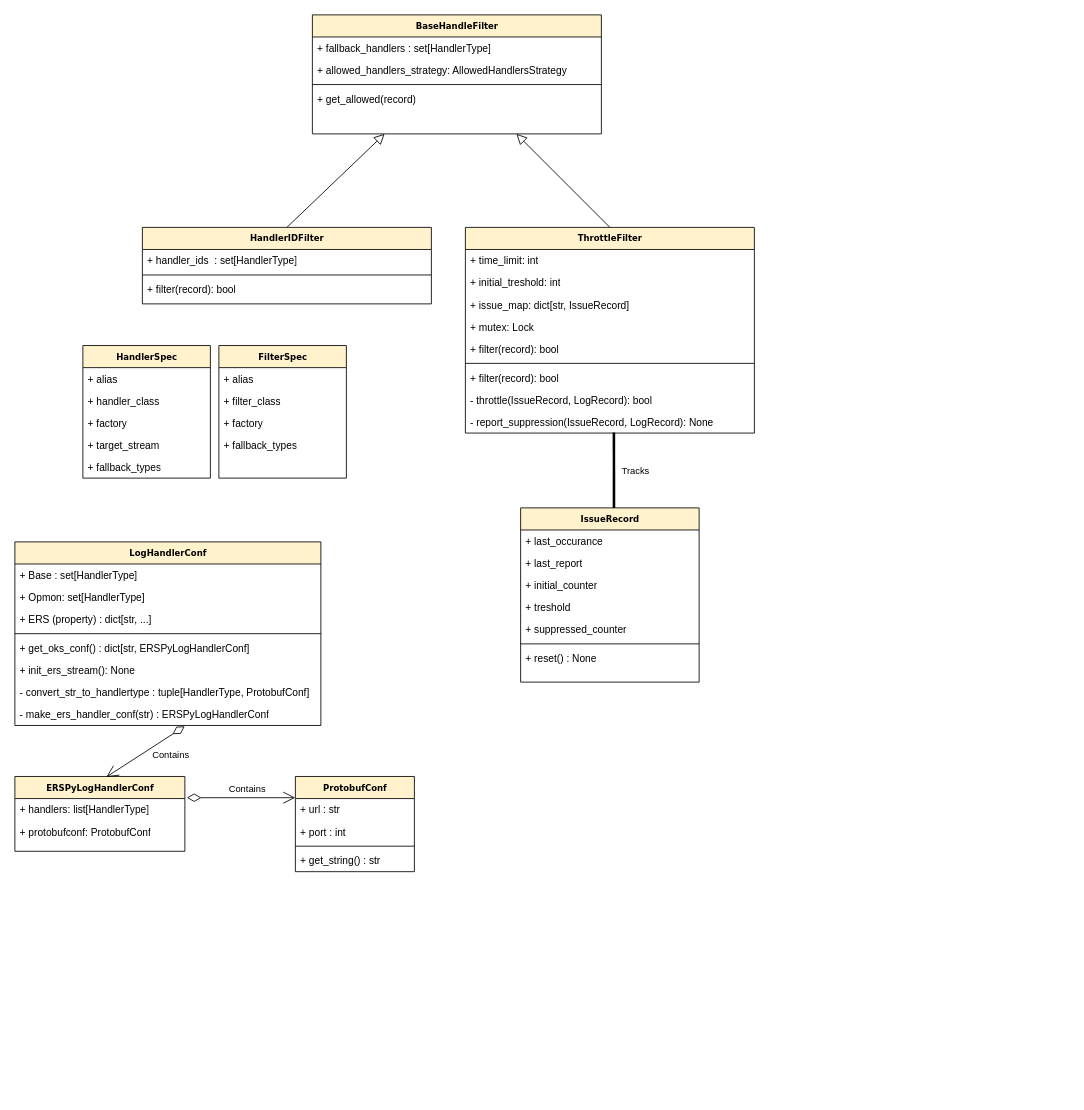
The draw.io diagram docs/diagrams/Logger_class.drawio in DUNE-DAQ/daqpytools, before the edit. Source tidied: cells renumbered, new cells numbered last; positions are measured from the earlier drawing's top-left corner, leaving out a move shared by most shapes. Both pictures are drawn from the tidied source at 85%, with x=0, y=0 at pixel (14, 14).
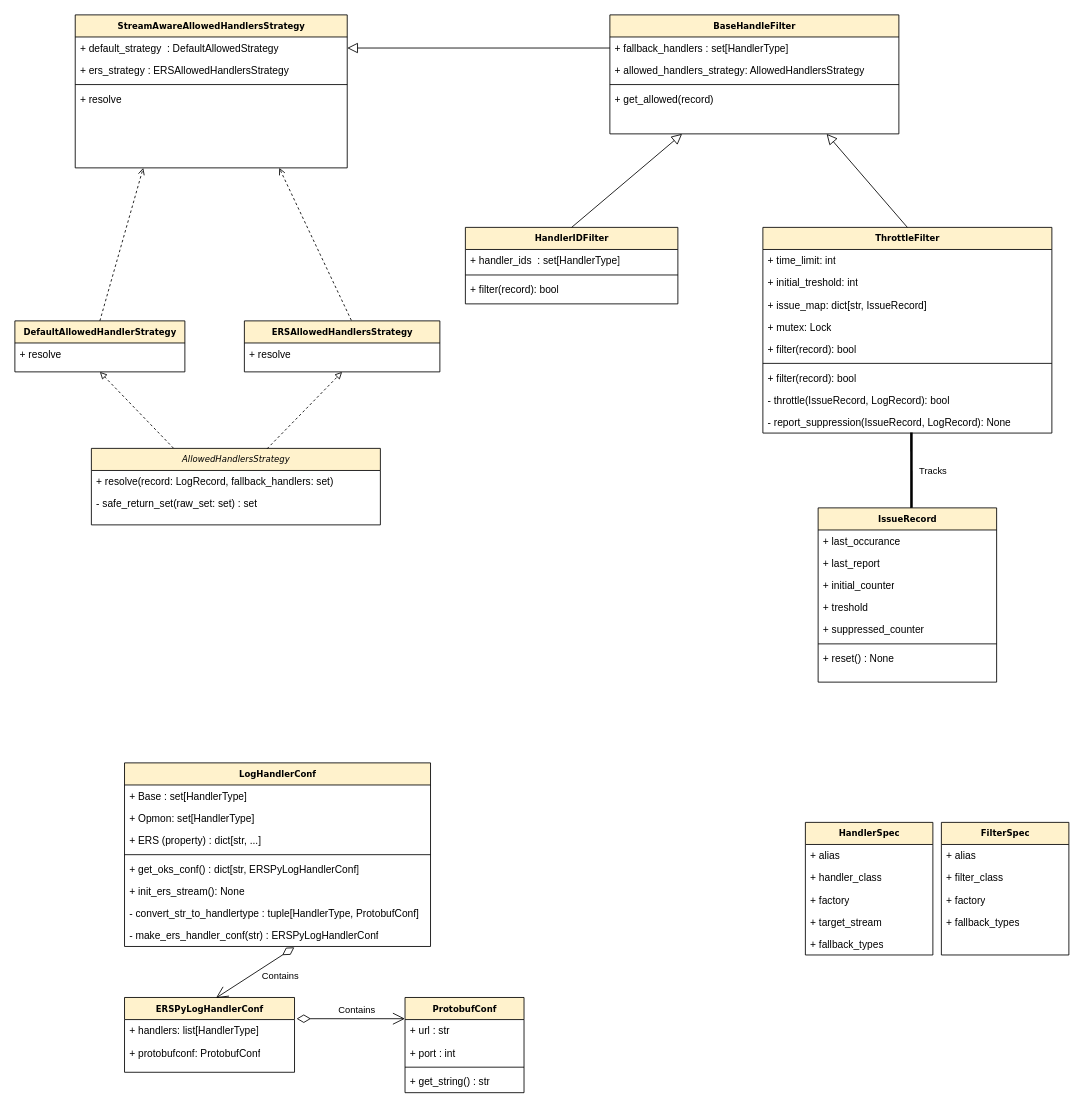
The same page after the edit.

Commit message:
Update class diagram with strategies

Unchanged cells that the change refers to:
```xml
<mxCell id="3" value="+ fallback_handlers : set[HandlerType]" style="text;html=1;strokeColor=none;fillColor=none;align=left;verticalAlign=top;spacingLeft=4;spacingRight=4;whiteSpace=wrap;overflow=hidden;points=[[0,0.5],[1,0.5]];portConstraint=eastwest;" parent="2" vertex="1">
  <mxGeometry y="26" width="340" height="26" as="geometry" />
</mxCell>
```

What changed in the source:
```diff
@@
     <mxCell id="2" value="&lt;b&gt;BaseHandleFilter&lt;/b&gt;" style="swimlane;html=1;fontStyle=0;horizontal=1;startSize=26;fillColor=#FFF2CC;swimlaneFillColor=#ffffff;rounded=0;shadow=0;comic=0;labelBackgroundColor=none;strokeWidth=1;fontFamily=Verdana;fontSize=10;align=center;" parent="1" vertex="1">
-      <mxGeometry x="350" width="340" height="140" as="geometry" />
+      <mxGeometry x="700" width="340" height="140" as="geometry" />
     </mxCell>
@@
     <mxCell id="7" value="&lt;b&gt;HandlerIDFilter&lt;/b&gt;" style="swimlane;html=1;fontStyle=0;horizontal=1;startSize=26;fillColor=#FFF2CC;swimlaneFillColor=#ffffff;rounded=0;shadow=0;comic=0;labelBackgroundColor=none;strokeWidth=1;fontFamily=Verdana;fontSize=10;align=center;" parent="1" vertex="1">
-      <mxGeometry x="150" y="250" width="340" height="90" as="geometry" />
+      <mxGeometry x="530" y="250" width="250" height="90" as="geometry" />
     </mxCell>
     <mxCell id="8" value="+ handler_ids&amp;nbsp; : set[HandlerType]" style="text;html=1;strokeColor=none;fillColor=none;align=left;verticalAlign=top;spacingLeft=4;spacingRight=4;whiteSpace=wrap;overflow=hidden;" parent="7" vertex="1">
-      <mxGeometry y="26" width="340" height="26" as="geometry" />
+      <mxGeometry y="26" width="250" height="26" as="geometry" />
     </mxCell>
     <mxCell id="9" style="line;strokeWidth=1;fillColor=none;align=left;verticalAlign=middle;spacingTop=-1;spacingLeft=3;spacingRight=3;labelPosition=right;strokeColor=inherit;" parent="7" vertex="1">
-      <mxGeometry y="52" width="340" height="8" as="geometry" />
+      <mxGeometry y="52" width="250" height="8" as="geometry" />
     </mxCell>
     <mxCell id="10" value="+ filter(record): bool" style="text;html=1;strokeColor=none;fillColor=none;align=left;verticalAlign=top;spacingLeft=4;spacingRight=4;whiteSpace=wrap;overflow=hidden;" parent="7" vertex="1">
-      <mxGeometry y="60" width="340" height="26" as="geometry" />
+      <mxGeometry y="60" width="250" height="26" as="geometry" />
     </mxCell>
     <mxCell id="11" value="&lt;b&gt;ThrottleFilter&lt;/b&gt;" style="swimlane;html=1;fontStyle=0;horizontal=1;startSize=26;fillColor=#FFF2CC;swimlaneFillColor=#ffffff;rounded=0;shadow=0;comic=0;labelBackgroundColor=none;strokeWidth=1;fontFamily=Verdana;fontSize=10;align=center;" parent="1" vertex="1">
-      <mxGeometry x="530" y="250" width="340" height="242" as="geometry" />
+      <mxGeometry x="880" y="250" width="340" height="242" as="geometry" />
     </mxCell>
@@
     <mxCell id="21" value="&lt;b&gt;IssueRecord&lt;/b&gt;" style="swimlane;html=1;fontStyle=0;horizontal=1;startSize=26;fillColor=#FFF2CC;swimlaneFillColor=#ffffff;rounded=0;shadow=0;comic=0;labelBackgroundColor=none;strokeWidth=1;fontFamily=Verdana;fontSize=10;align=center;" parent="1" vertex="1">
-      <mxGeometry x="595" y="580" width="210" height="205" as="geometry" />
+      <mxGeometry x="945" y="580" width="210" height="205" as="geometry" />
     </mxCell>
@@
-    <mxCell id="30" style="endArrow=block;endSize=10;endFill=0;shadow=0;strokeWidth=1;rounded=0;elbow=vertical;exitX=0.5;exitY=0;exitDx=0;exitDy=0;" parent="1" edge="1" source="11">
-      <mxGeometry relative="1" as="geometry">
-        <mxPoint x="590" y="140" as="targetPoint" />
-      </mxGeometry>
+    <mxCell id="30" style="endArrow=block;endSize=10;endFill=0;shadow=0;strokeWidth=1;rounded=0;elbow=vertical;exitX=0.5;exitY=0;exitDx=0;exitDy=0;entryX=0.75;entryY=1;entryDx=0;entryDy=0;" parent="1" edge="1" source="11" target="2">
+      <mxGeometry relative="1" as="geometry" />
     </mxCell>
@@
     <mxCell id="32" value="&lt;b&gt;HandlerSpec&lt;/b&gt;" style="swimlane;html=1;fontStyle=0;horizontal=1;startSize=26;fillColor=#FFF2CC;swimlaneFillColor=#ffffff;rounded=0;shadow=0;comic=0;labelBackgroundColor=none;strokeWidth=1;fontFamily=Verdana;fontSize=10;align=center;" parent="1" vertex="1">
-      <mxGeometry x="80" y="389" width="150" height="156" as="geometry" />
+      <mxGeometry x="930" y="950" width="150" height="156" as="geometry" />
     </mxCell>
@@
     <mxCell id="38" value="&lt;b&gt;FilterSpec&lt;/b&gt;" style="swimlane;html=1;fontStyle=0;horizontal=1;startSize=26;fillColor=#FFF2CC;swimlaneFillColor=#ffffff;rounded=0;shadow=0;comic=0;labelBackgroundColor=none;strokeWidth=1;fontFamily=Verdana;fontSize=10;align=center;" parent="1" vertex="1">
-      <mxGeometry x="240" y="389" width="150" height="156" as="geometry" />
+      <mxGeometry x="1090" y="950" width="150" height="156" as="geometry" />
     </mxCell>
@@
     <mxCell id="43" value="&lt;b&gt;LogHandlerConf&lt;/b&gt;" style="swimlane;html=1;fontStyle=0;horizontal=1;startSize=26;fillColor=#FFF2CC;swimlaneFillColor=#ffffff;rounded=0;shadow=0;comic=0;labelBackgroundColor=none;strokeWidth=1;fontFamily=Verdana;fontSize=10;align=center;" parent="1" vertex="1">
-      <mxGeometry y="620" width="360" height="216" as="geometry" />
+      <mxGeometry x="129" y="880" width="360" height="216" as="geometry" />
     </mxCell>
@@
     <mxCell id="52" value="&lt;b&gt;ERSPyLogHandlerConf&lt;/b&gt;" style="swimlane;html=1;fontStyle=0;horizontal=1;startSize=26;fillColor=#FFF2CC;swimlaneFillColor=#ffffff;rounded=0;shadow=0;comic=0;labelBackgroundColor=none;strokeWidth=1;fontFamily=Verdana;fontSize=10;align=center;" parent="1" vertex="1">
-      <mxGeometry y="896" width="200" height="88" as="geometry" />
+      <mxGeometry x="129" y="1156" width="200" height="88" as="geometry" />
     </mxCell>
@@
     <mxCell id="55" value="&lt;b&gt;ProtobufConf&lt;/b&gt;" style="swimlane;html=1;fontStyle=0;horizontal=1;startSize=26;fillColor=#FFF2CC;swimlaneFillColor=#ffffff;rounded=0;shadow=0;comic=0;labelBackgroundColor=none;strokeWidth=1;fontFamily=Verdana;fontSize=10;align=center;" parent="1" vertex="1">
-      <mxGeometry x="330" y="896" width="140" height="112" as="geometry" />
+      <mxGeometry x="459" y="1156" width="140" height="112" as="geometry" />
     </mxCell>
@@
+    <mxCell id="62" value="&lt;b&gt;StreamAwareAllowedHandlersStrategy&lt;/b&gt;" style="swimlane;html=1;fontStyle=0;horizontal=1;startSize=26;fillColor=#FFF2CC;swimlaneFillColor=#ffffff;rounded=0;shadow=0;comic=0;labelBackgroundColor=none;strokeWidth=1;fontFamily=Verdana;fontSize=10;align=center;" parent="1" vertex="1">
+      <mxGeometry x="71" width="320" height="180" as="geometry" />
+    </mxCell>
+    <mxCell id="63" value="+ default_strategy&amp;nbsp; : DefaultAllowedStrategy" style="text;html=1;strokeColor=none;fillColor=none;align=left;verticalAlign=top;spacingLeft=4;spacingRight=4;whiteSpace=wrap;overflow=hidden;points=[[0,0.5],[1,0.5]];portConstraint=eastwest;" parent="62" vertex="1">
+      <mxGeometry y="26" width="320" height="26" as="geometry" />
+    </mxCell>
+    <mxCell id="64" value="+ ers_strategy : ERSAllowedHandlersStrategy" style="text;html=1;strokeColor=none;fillColor=none;align=left;verticalAlign=top;spacingLeft=4;spacingRight=4;whiteSpace=wrap;overflow=hidden;" parent="62" vertex="1">
+      <mxGeometry y="52" width="320" height="26" as="geometry" />
+    </mxCell>
+    <mxCell id="65" style="line;strokeWidth=1;fillColor=none;align=left;verticalAlign=middle;spacingTop=-1;spacingLeft=3;spacingRight=3;labelPosition=right;strokeColor=inherit;" parent="62" vertex="1">
+      <mxGeometry y="78" width="320" height="8" as="geometry" />
+    </mxCell>
+    <mxCell id="66" value="+ resolve" style="text;html=1;strokeColor=none;fillColor=none;align=left;verticalAlign=top;spacingLeft=4;spacingRight=4;whiteSpace=wrap;overflow=hidden;" parent="62" vertex="1">
+      <mxGeometry y="86" width="320" height="26" as="geometry" />
+    </mxCell>
+    <mxCell id="67" value="&lt;b&gt;ERSAllowedHandlersStrategy&lt;/b&gt;" style="swimlane;html=1;fontStyle=0;horizontal=1;startSize=26;fillColor=#FFF2CC;swimlaneFillColor=#ffffff;rounded=0;shadow=0;comic=0;labelBackgroundColor=none;strokeWidth=1;fontFamily=Verdana;fontSize=10;align=center;" parent="1" vertex="1">
+      <mxGeometry x="270" y="360" width="230" height="60" as="geometry" />
+    </mxCell>
+    <mxCell id="68" value="+ resolve" style="text;html=1;strokeColor=none;fillColor=none;align=left;verticalAlign=top;spacingLeft=4;spacingRight=4;whiteSpace=wrap;overflow=hidden;" parent="67" vertex="1">
+      <mxGeometry y="26" width="230" height="26" as="geometry" />
+    </mxCell>
+    <mxCell id="69" value="&lt;i&gt;AllowedHandlersStrategy&lt;/i&gt;" style="swimlane;html=1;fontStyle=0;horizontal=1;startSize=26;fillColor=#FFF2CC;swimlaneFillColor=#ffffff;rounded=0;shadow=0;comic=0;labelBackgroundColor=none;strokeWidth=1;fontFamily=Verdana;fontSize=10;align=center;" parent="1" vertex="1">
+      <mxGeometry x="90" y="510" width="340" height="90" as="geometry" />
+    </mxCell>
+    <mxCell id="70" value="+ resolve(record: LogRecord, fallback_handlers: set)&lt;div&gt;&lt;br&gt;&lt;/div&gt;" style="text;html=1;strokeColor=none;fillColor=none;align=left;verticalAlign=top;spacingLeft=4;spacingRight=4;whiteSpace=wrap;overflow=hidden;" parent="69" vertex="1">
+      <mxGeometry y="26" width="340" height="26" as="geometry" />
+    </mxCell>
+    <mxCell id="71" value="&lt;div&gt;- safe_return_set(raw_set: set) : set&amp;nbsp;&lt;/div&gt;" style="text;html=1;strokeColor=none;fillColor=none;align=left;verticalAlign=top;spacingLeft=4;spacingRight=4;whiteSpace=wrap;overflow=hidden;" parent="69" vertex="1">
+      <mxGeometry y="52" width="340" height="26" as="geometry" />
+    </mxCell>
+    <mxCell id="72" value="&lt;b&gt;DefaultAllowedHandlerStrategy&lt;/b&gt;" style="swimlane;html=1;fontStyle=0;horizontal=1;startSize=26;fillColor=#FFF2CC;swimlaneFillColor=#ffffff;rounded=0;shadow=0;comic=0;labelBackgroundColor=none;strokeWidth=1;fontFamily=Verdana;fontSize=10;align=center;" parent="1" vertex="1">
+      <mxGeometry y="360" width="200" height="60" as="geometry" />
+    </mxCell>
+    <mxCell id="73" value="+ resolve" style="text;html=1;strokeColor=none;fillColor=none;align=left;verticalAlign=top;spacingLeft=4;spacingRight=4;whiteSpace=wrap;overflow=hidden;" parent="72" vertex="1">
+      <mxGeometry y="26" width="200" height="26" as="geometry" />
+    </mxCell>
+    <mxCell id="74" style="html=1;labelBackgroundColor=#ffffff;jettySize=auto;fontSize=14;rounded=0;jumpStyle=gap;startArrow=none;endArrow=block;endFill=0;dashed=1;strokeWidth=1;exitX=0.284;exitY=-0.003;exitDx=0;exitDy=0;exitPerimeter=0;entryX=0.5;entryY=1;entryDx=0;entryDy=0;" parent="1" edge="1" source="69" target="72">
+      <mxGeometry relative="1" as="geometry" />
+    </mxCell>
+    <mxCell id="75" style="html=1;labelBackgroundColor=#ffffff;jettySize=auto;fontSize=14;rounded=0;jumpStyle=gap;startArrow=none;endArrow=block;endFill=0;dashed=1;strokeWidth=1;exitX=0.608;exitY=0.005;exitDx=0;exitDy=0;exitPerimeter=0;entryX=0.5;entryY=1;entryDx=0;entryDy=0;" parent="1" edge="1" source="69" target="67">
+      <mxGeometry relative="1" as="geometry" />
+    </mxCell>
+    <mxCell id="76" style="html=1;labelBackgroundColor=#ffffff;jettySize=auto;fontSize=14;rounded=0;jumpStyle=gap;startArrow=none;endArrow=open;endFill=0;dashed=1;strokeWidth=1;exitX=0.5;exitY=0;exitDx=0;exitDy=0;entryX=0.25;entryY=1;entryDx=0;entryDy=0;" parent="1" edge="1" source="72" target="62">
+      <mxGeometry relative="1" as="geometry" />
+    </mxCell>
+    <mxCell id="77" style="html=1;labelBackgroundColor=#ffffff;jettySize=auto;fontSize=14;rounded=0;jumpStyle=gap;startArrow=none;endArrow=open;endFill=0;dashed=1;strokeWidth=1;exitX=0.547;exitY=-0.011;exitDx=0;exitDy=0;exitPerimeter=0;entryX=0.75;entryY=1;entryDx=0;entryDy=0;" parent="1" edge="1" source="67" target="62">
+      <mxGeometry relative="1" as="geometry" />
+    </mxCell>
+    <mxCell id="78" style="endArrow=block;endSize=10;endFill=0;shadow=0;strokeWidth=1;rounded=0;elbow=vertical;exitX=0;exitY=0.5;exitDx=0;exitDy=0;entryX=1;entryY=0.5;entryDx=0;entryDy=0;" parent="1" edge="1" source="3" target="63">
+      <mxGeometry relative="1" as="geometry" />
+    </mxCell>
```
